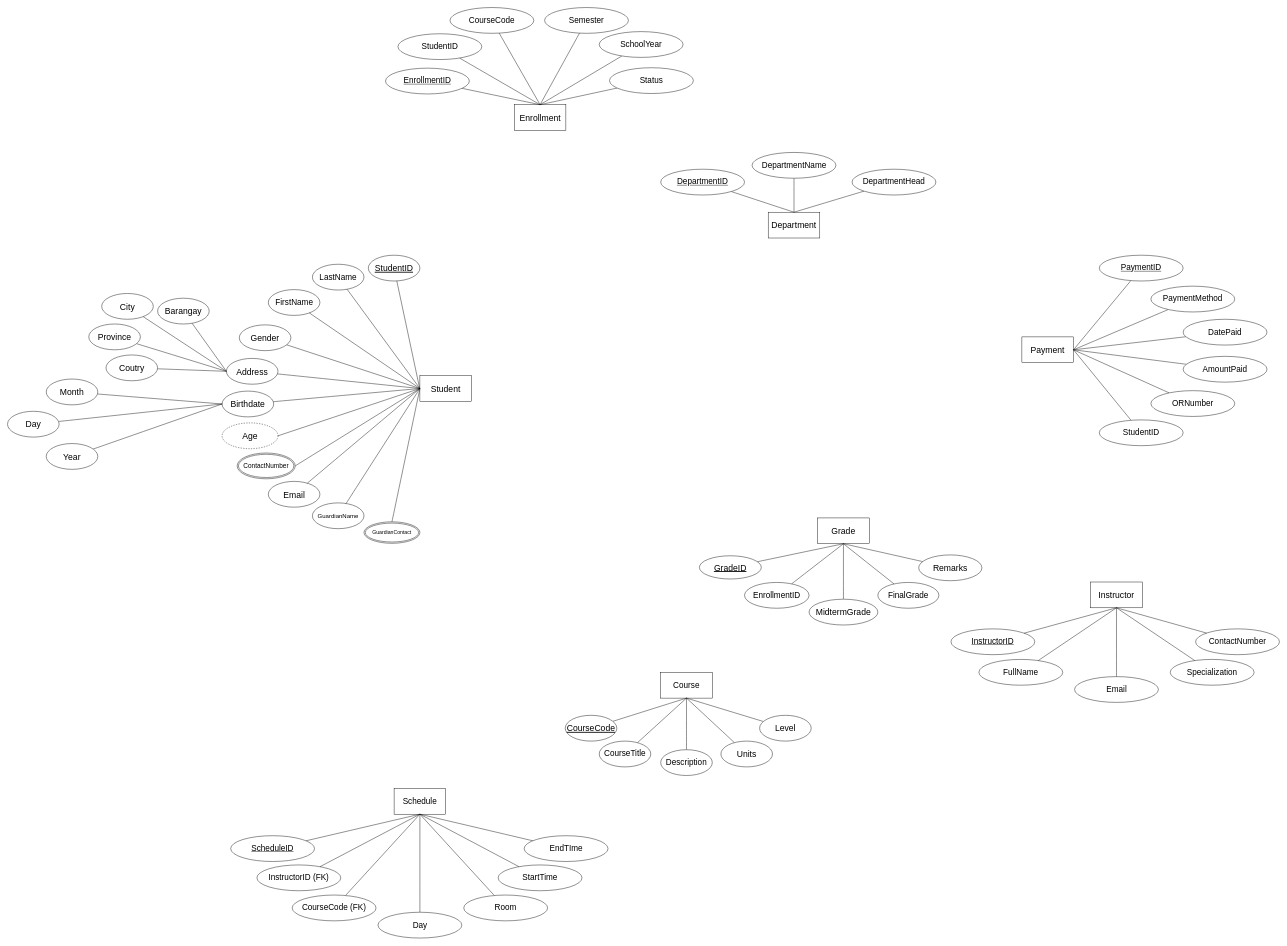
Above: Projects/Untitled Diagram.drawio in N0Obitaz/DrawIODiagrams (draw.io), before the change. Source tidied: cells renumbered, new cells numbered last; positions are measured from the earlier drawing's top-left corner, leaving out a move shared by most shapes. Both pictures are drawn from the tidied source at 43%, with x=0, y=0 at pixel (7, 7).
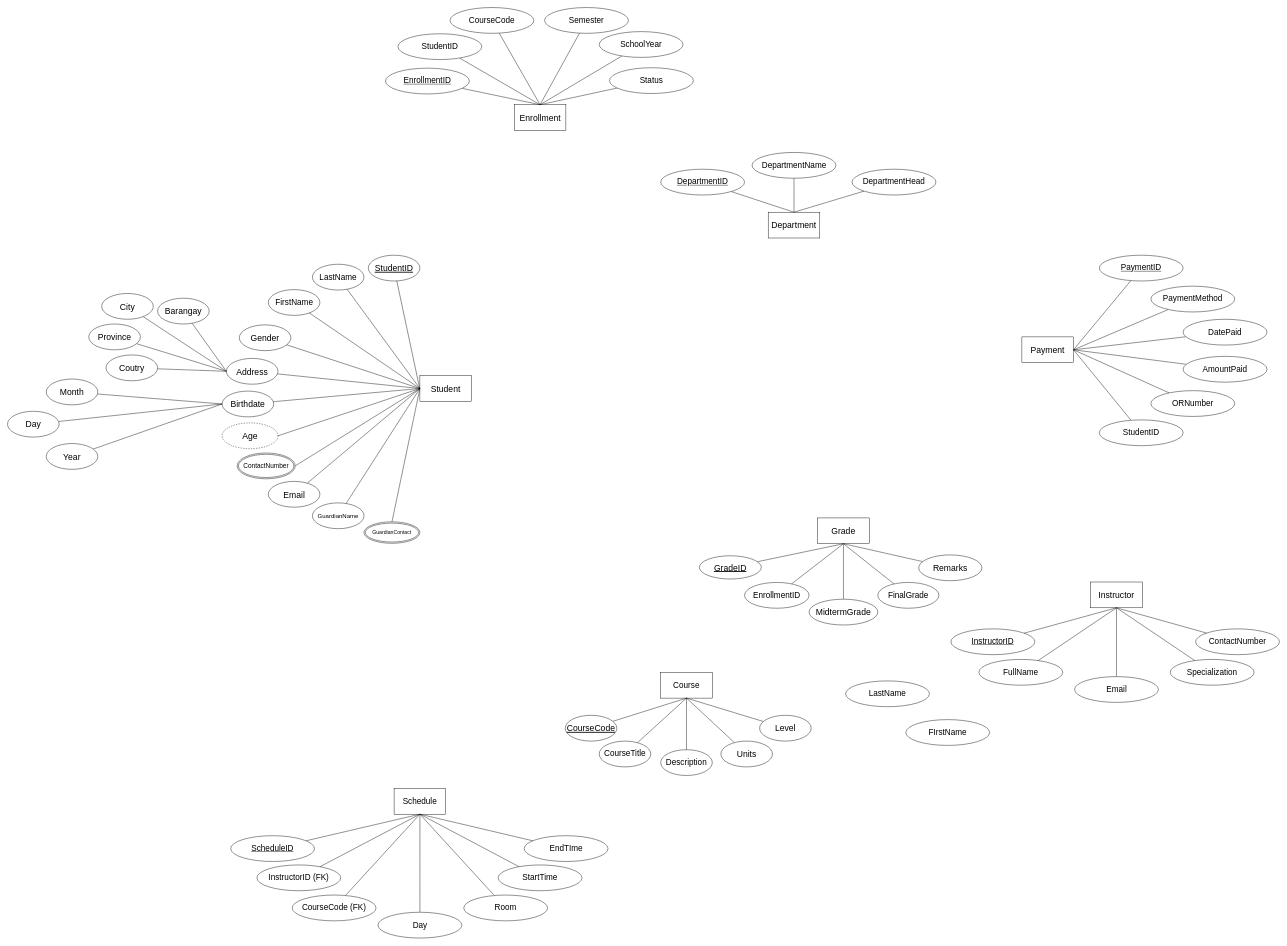
The same page after the edit.

The edit, as a diff of the source:
```diff
@@
+    <mxCell id="122" value="LastName" style="ellipse;whiteSpace=wrap;html=1;fontSize=19;" parent="1" vertex="1">
+      <mxGeometry x="1949" y="1566" width="195" height="60" as="geometry" />
+    </mxCell>
+    <mxCell id="123" value="FIrstName" style="ellipse;whiteSpace=wrap;html=1;fontSize=19;" parent="1" vertex="1">
+      <mxGeometry x="2089" y="1656" width="195" height="60" as="geometry" />
+    </mxCell>
```
